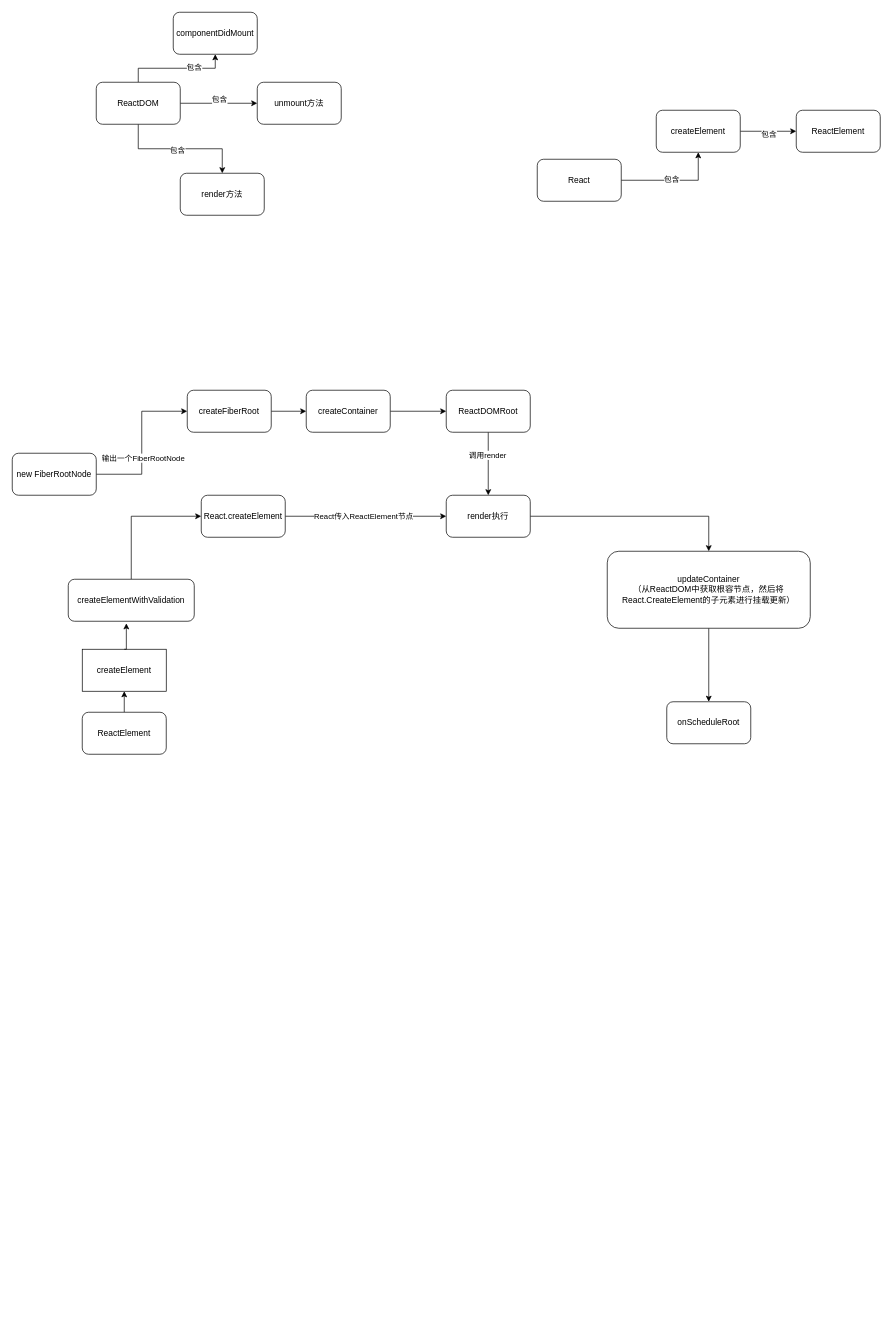
Before: React/proj/未命名绘图.drawio in linround/gitBook, a draw.io diagram. Source tidied: cells renumbered, new cells numbered last; positions are measured from the earlier drawing's top-left corner, leaving out a move shared by most shapes. Both pictures are drawn from the tidied source at 70%, with x=0, y=0 at pixel (12, 12).
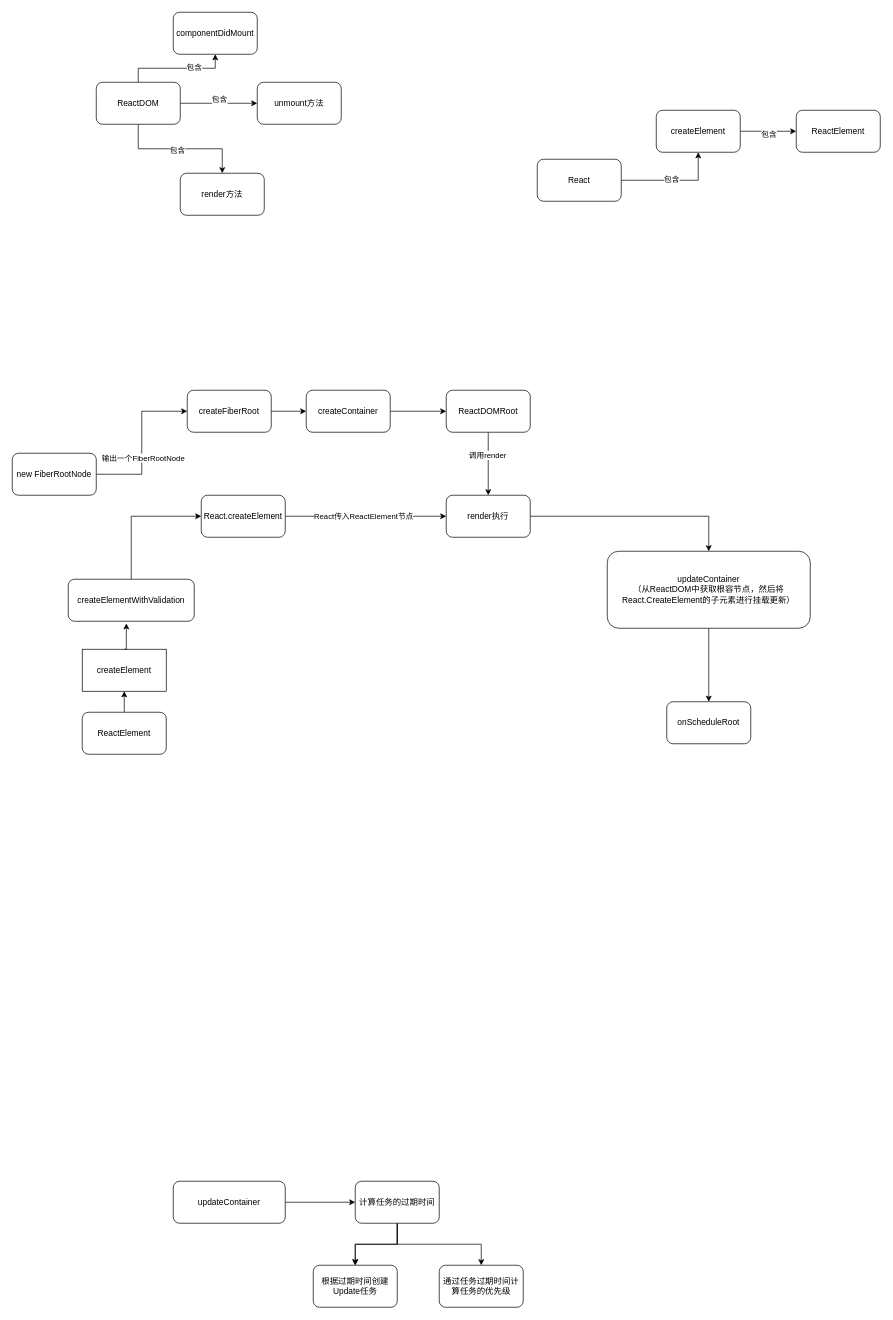
The same diagram, later.

Commit message:
更新未命名绘图.drawio

The edit, as a diff of the source:
```diff
@@
+    <mxCell id="43" style="edgeStyle=orthogonalEdgeStyle;rounded=0;jettySize=auto;html=1;" parent="1" edge="1" source="44" target="48">
+      <mxGeometry relative="1" as="geometry" />
+    </mxCell>
+    <mxCell id="44" value="updateContainer" style="rounded=1;whiteSpace=wrap;html=1;" parent="1" vertex="1">
+      <mxGeometry x="230" y="1670" width="160" height="60" as="geometry" />
+    </mxCell>
+    <mxCell id="45" style="edgeStyle=orthogonalEdgeStyle;rounded=0;jettySize=auto;html=1;" parent="1" edge="1" source="48" target="49">
+      <mxGeometry relative="1" as="geometry" />
+    </mxCell>
+    <mxCell id="46" style="edgeStyle=orthogonalEdgeStyle;rounded=0;jettySize=auto;html=1;" parent="1" edge="1" source="48" target="49">
+      <mxGeometry relative="1" as="geometry" />
+    </mxCell>
+    <mxCell id="47" style="edgeStyle=orthogonalEdgeStyle;rounded=0;jettySize=auto;html=1;" parent="1" edge="1" source="48" target="50">
+      <mxGeometry relative="1" as="geometry" />
+    </mxCell>
+    <mxCell id="48" value="计算任务的过期时间" style="whiteSpace=wrap;html=1;rounded=1;" parent="1" vertex="1">
+      <mxGeometry x="490" y="1670" width="120" height="60" as="geometry" />
+    </mxCell>
+    <mxCell id="49" value="根据过期时间创建Update任务" style="whiteSpace=wrap;html=1;rounded=1;" parent="1" vertex="1">
+      <mxGeometry x="430" y="1790" width="120" height="60" as="geometry" />
+    </mxCell>
+    <mxCell id="50" value="通过任务过期时间计算任务的优先级" style="whiteSpace=wrap;html=1;rounded=1;" parent="1" vertex="1">
+      <mxGeometry x="610" y="1790" width="120" height="60" as="geometry" />
+    </mxCell>
```
